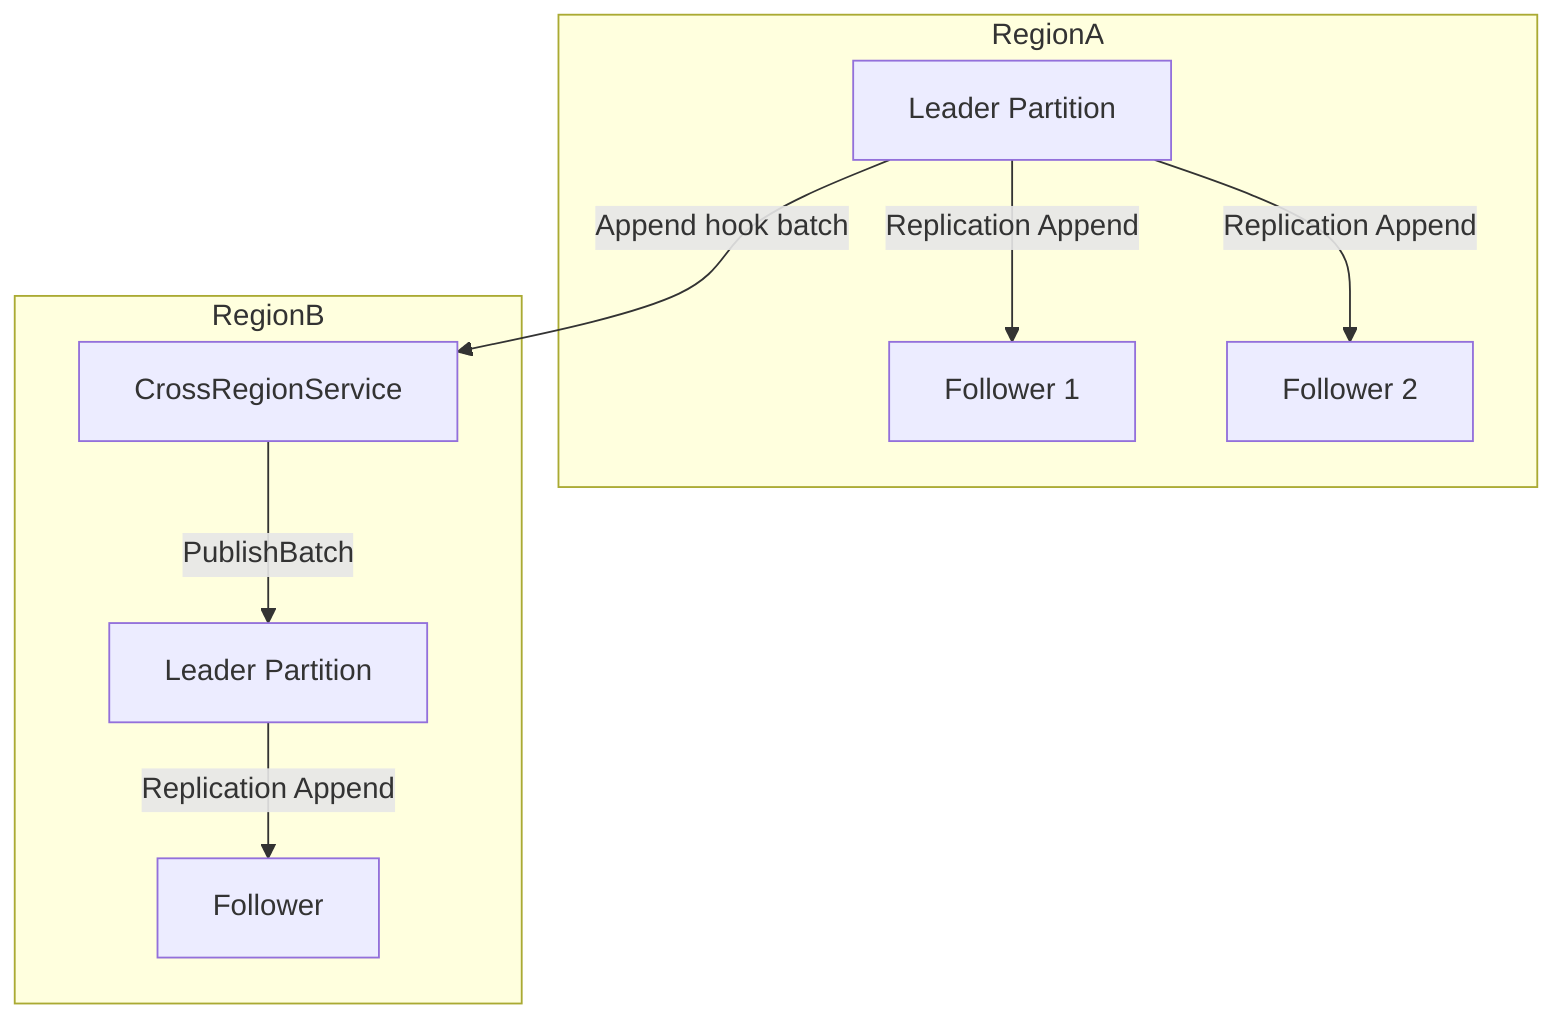
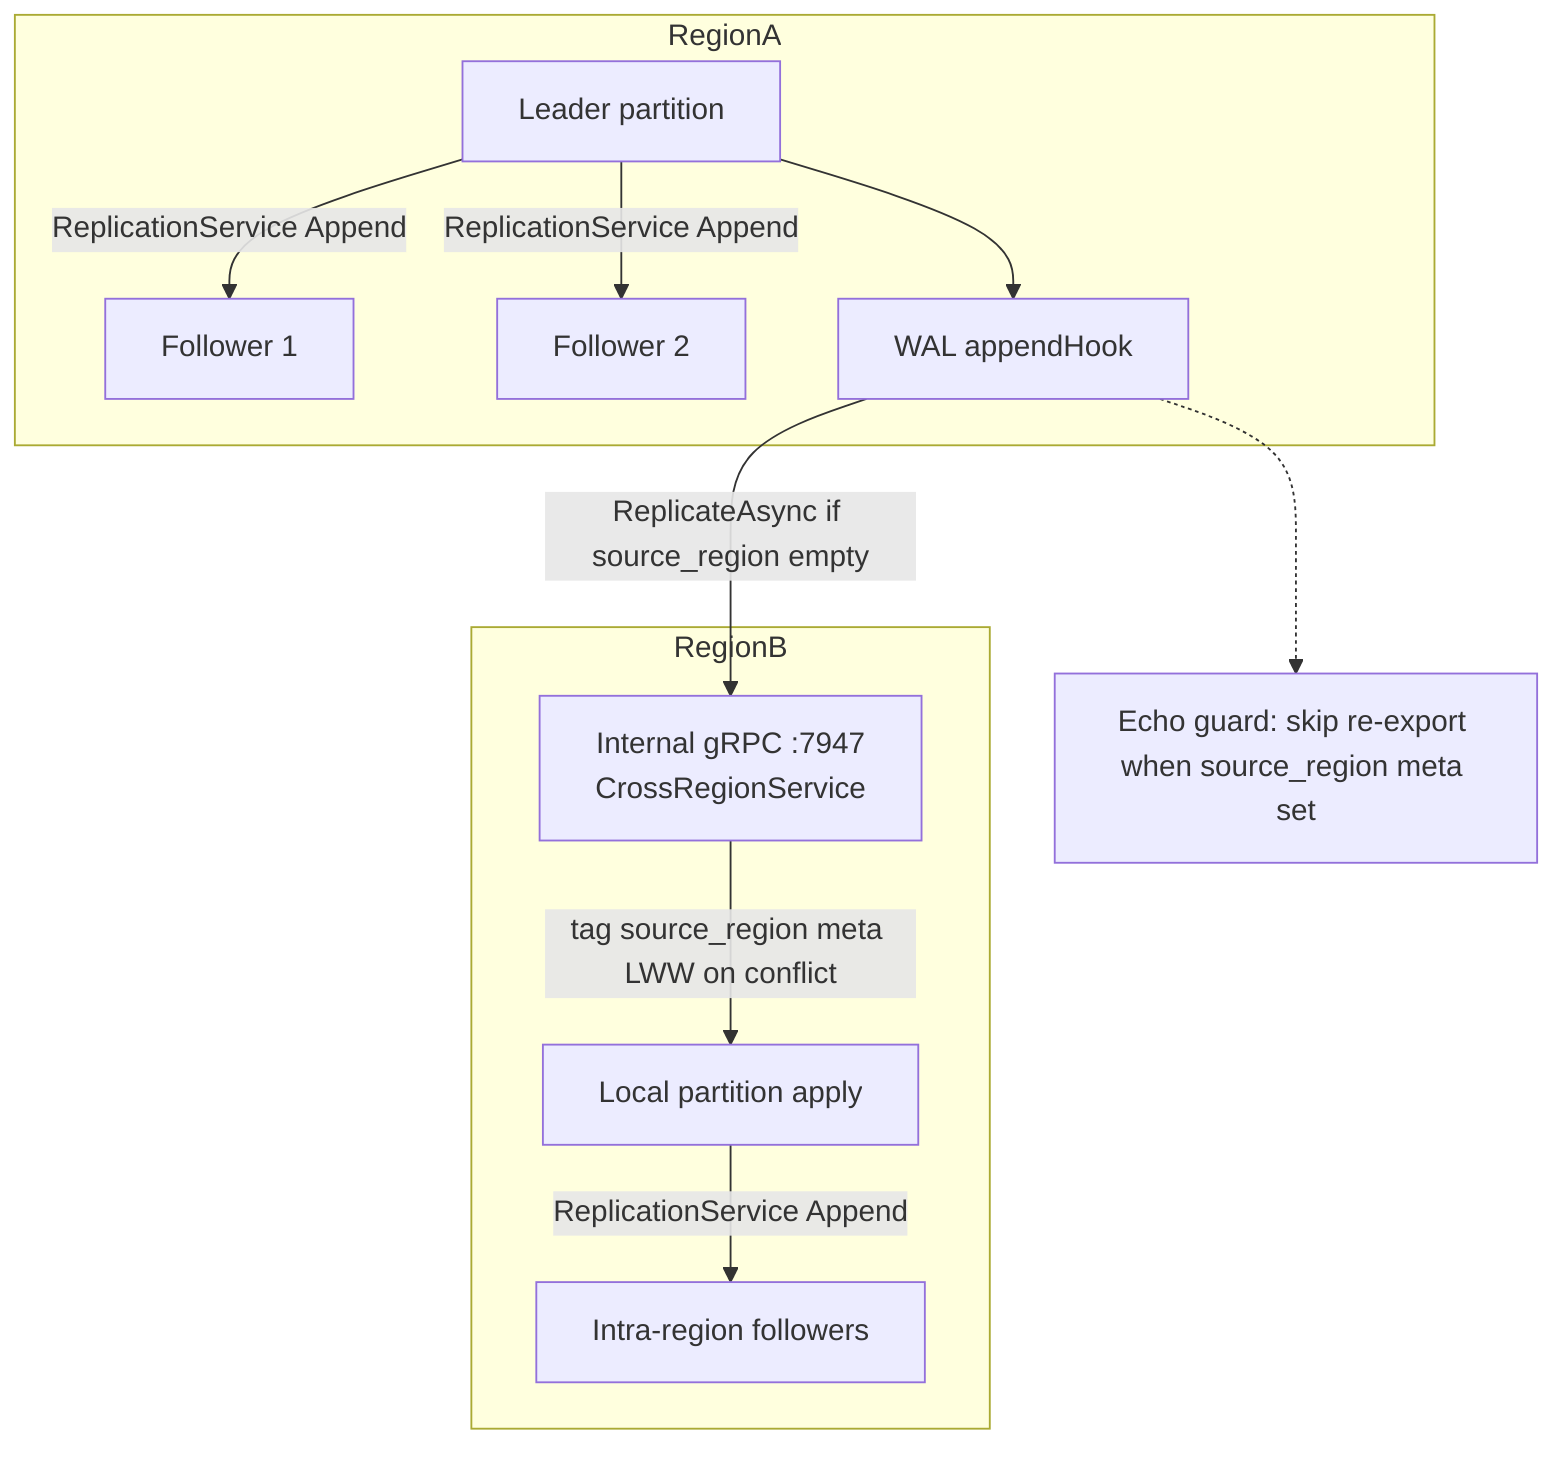
flowchart TB
    subgraph RegionA
-       ALeader[Leader Partition]
+       ALeader[Leader partition]
      AFollower1[Follower 1]
      AFollower2[Follower 2]
+       AHook[WAL appendHook]
    end
    subgraph RegionB
-       BIngress[CrossRegionService]
-       BLeader[Leader Partition]
-       BFollower[Follower]
+       BInternal[Internal gRPC :7947<br/>CrossRegionService]
+       BLeader[Local partition apply]
+       BFollower[Intra-region followers]
    end

-     ALeader -->|Append hook batch| BIngress
-     BIngress -->|PublishBatch| BLeader
-     BLeader -->|Replication Append| BFollower
-     ALeader -->|Replication Append| AFollower1
-     ALeader -->|Replication Append| AFollower2+     ALeader --> AHook
+     AHook -->|ReplicateAsync if source_region empty| BInternal
+     BInternal -->|tag source_region meta LWW on conflict| BLeader
+     BLeader -->|ReplicationService Append| BFollower
+     ALeader -->|ReplicationService Append| AFollower1
+     ALeader -->|ReplicationService Append| AFollower2
+ 
+     EchoGuard[Echo guard: skip re-export when source_region meta set]
+     AHook -.-> EchoGuard
